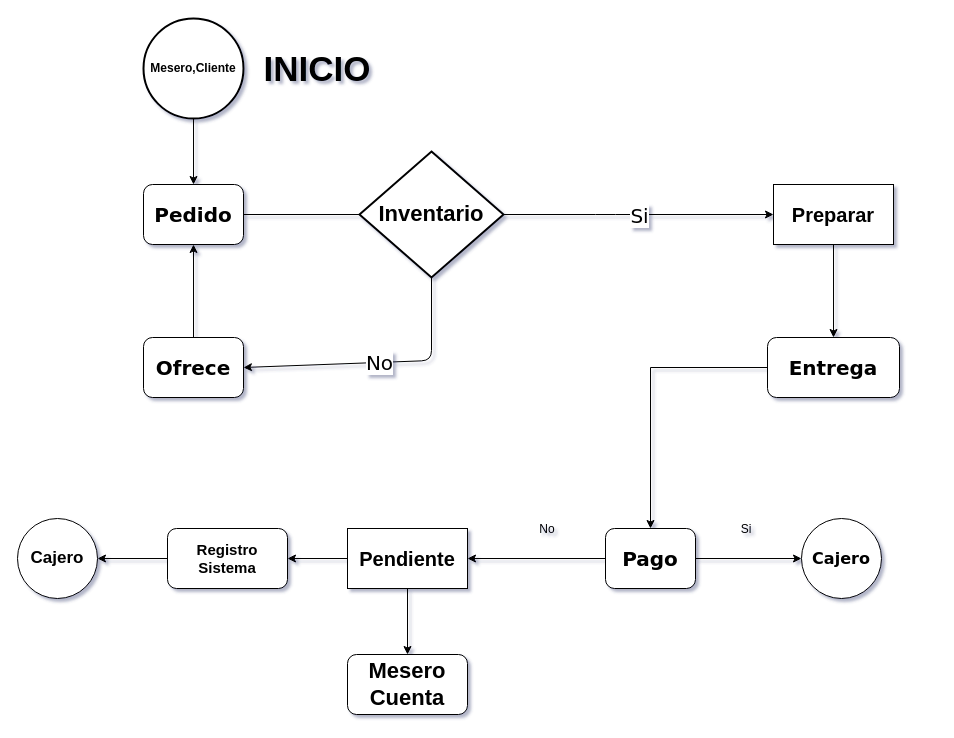
Above: page "BAR" (2 of 4) of DiagramaActividad.drawio in BROC95/JJB_sw (draw.io), before the change. Source tidied: cells renumbered, new cells numbered last; positions are measured from the earlier drawing's top-left corner, leaving out a move shared by most shapes. Both pictures are drawn from the tidied source at 100%, with x=0, y=0 at pixel (17, 18).
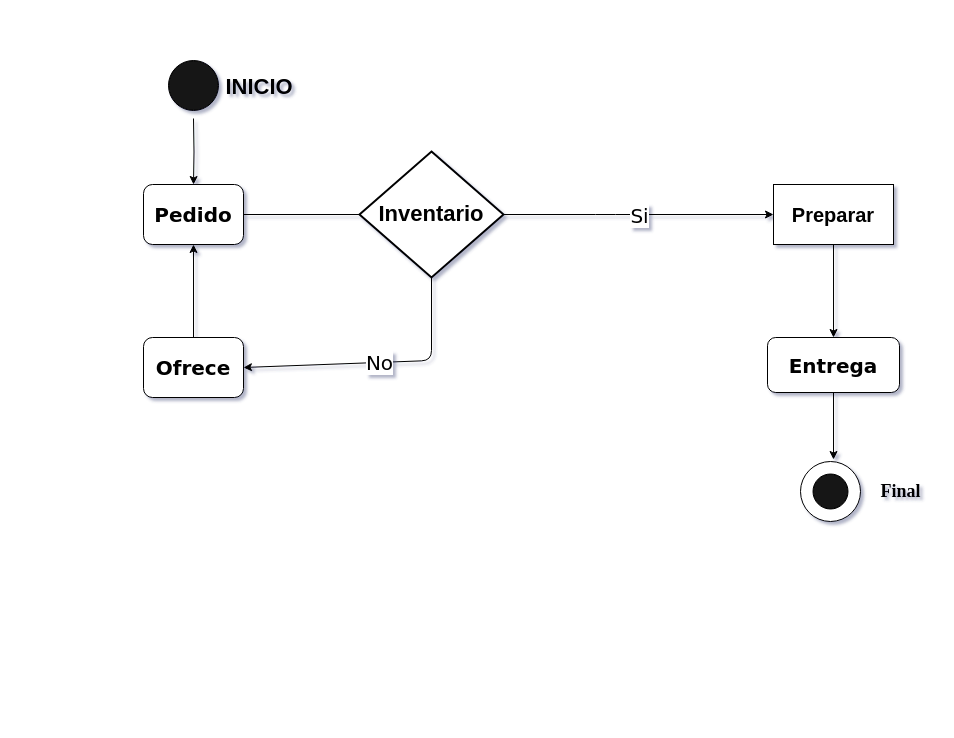
After the change.

The change refers to these unchanged cells:
```xml
<mxCell id="4" value="&lt;font style=&quot;font-size: 20px;&quot;&gt;&lt;b&gt;Pedido&lt;/b&gt;&lt;/font&gt;" style="rounded=1;whiteSpace=wrap;html=1;shadow=0;labelBackgroundColor=none;strokeWidth=1;fontFamily=Verdana;fontSize=8;align=center;" parent="1" vertex="1">
  <mxGeometry x="126" y="166" width="100" height="60" as="geometry" />
</mxCell>
```

Diff of the diagram source:
```diff
@@
-    <mxCell id="2" style="edgeStyle=orthogonalEdgeStyle;rounded=0;jettySize=auto;html=1;" parent="1" edge="1" source="3" target="4">
-      <mxGeometry relative="1" as="geometry" />
+    <mxCell id="2" style="edgeStyle=orthogonalEdgeStyle;rounded=0;jettySize=auto;html=1;" parent="1" edge="1" target="4">
+      <mxGeometry relative="1" as="geometry">
+        <mxPoint x="176" y="100" as="sourcePoint" />
+      </mxGeometry>
     </mxCell>
-    <mxCell id="3" value="&lt;b&gt;Mesero,Cliente&lt;/b&gt;" style="strokeWidth=2;html=1;shape=mxgraph.flowchart.start_2;whiteSpace=wrap;" parent="1" vertex="1">
-      <mxGeometry x="126" width="100" height="100" as="geometry" />
-    </mxCell>
@@
-    <mxCell id="5" value="INICIO" style="text;html=1;strokeColor=none;fillColor=none;align=center;verticalAlign=middle;whiteSpace=wrap;rounded=0;strokeWidth=8;fontSize=35;fontStyle=1;" parent="1" vertex="1">
-      <mxGeometry x="270" y="35" width="60" height="30" as="geometry" />
+    <mxCell id="5" value="INICIO" style="text;html=1;strokeColor=none;fillColor=none;align=center;verticalAlign=middle;whiteSpace=wrap;rounded=0;strokeWidth=8;fontSize=22;fontStyle=1;" parent="1" vertex="1">
+      <mxGeometry x="234" y="61" width="16" height="16" as="geometry" />
     </mxCell>
@@
-    <mxCell id="11" style="edgeStyle=orthogonalEdgeStyle;rounded=0;jettySize=auto;html=1;" parent="1" edge="1" source="13" target="21">
-      <mxGeometry relative="1" as="geometry" />
-    </mxCell>
-    <mxCell id="12" style="edgeStyle=orthogonalEdgeStyle;rounded=0;jettySize=auto;html=1;" parent="1" edge="1" source="13" target="24">
-      <mxGeometry relative="1" as="geometry" />
-    </mxCell>
-    <mxCell id="13" value="&lt;span style=&quot;font-size: 20px;&quot;&gt;&lt;b&gt;Pago&lt;/b&gt;&lt;/span&gt;" style="rounded=1;whiteSpace=wrap;html=1;shadow=0;labelBackgroundColor=none;strokeWidth=1;fontFamily=Verdana;fontSize=8;align=center;" parent="1" vertex="1">
-      <mxGeometry x="588" y="510" width="90" height="60" as="geometry" />
-    </mxCell>
@@
-    <mxCell id="19" style="edgeStyle=orthogonalEdgeStyle;rounded=0;jettySize=auto;html=1;" parent="1" edge="1" source="21" target="23">
-      <mxGeometry relative="1" as="geometry" />
-    </mxCell>
-    <mxCell id="20" style="edgeStyle=orthogonalEdgeStyle;rounded=0;jettySize=auto;html=1;" parent="1" edge="1" source="21" target="28">
-      <mxGeometry relative="1" as="geometry" />
-    </mxCell>
-    <mxCell id="21" value="&lt;span style=&quot;font-size: 20px;&quot;&gt;&lt;b&gt;Pendiente&lt;/b&gt;&lt;/span&gt;" style="whiteSpace=wrap;html=1;" parent="1" vertex="1">
-      <mxGeometry x="330" y="510" width="120" height="60" as="geometry" />
-    </mxCell>
-    <mxCell id="22" style="edgeStyle=orthogonalEdgeStyle;rounded=0;jettySize=auto;html=1;" parent="1" edge="1" source="23" target="25">
-      <mxGeometry relative="1" as="geometry" />
-    </mxCell>
-    <mxCell id="23" value="&lt;b&gt;&lt;font style=&quot;font-size: 15px;&quot;&gt;Registro Sistema&lt;/font&gt;&lt;/b&gt;" style="rounded=1;whiteSpace=wrap;html=1;" parent="1" vertex="1">
-      <mxGeometry x="150" y="510" width="120" height="60" as="geometry" />
-    </mxCell>
-    <mxCell id="24" value="&lt;b&gt;&lt;font style=&quot;font-size: 16px;&quot;&gt;Cajero&lt;/font&gt;&lt;/b&gt;" style="ellipse;whiteSpace=wrap;html=1;fontSize=8;fontFamily=Verdana;rounded=1;shadow=0;labelBackgroundColor=none;strokeWidth=1;" parent="1" vertex="1">
-      <mxGeometry x="784" y="500" width="80" height="80" as="geometry" />
-    </mxCell>
-    <mxCell id="25" value="&lt;b&gt;&lt;font style=&quot;font-size: 17px;&quot;&gt;Cajero&lt;/font&gt;&lt;/b&gt;" style="ellipse;whiteSpace=wrap;html=1;rounded=1;" parent="1" vertex="1">
-      <mxGeometry y="500" width="80" height="80" as="geometry" />
-    </mxCell>
-    <mxCell id="26" style="edgeStyle=orthogonalEdgeStyle;rounded=0;jettySize=auto;html=1;" parent="1" edge="1" source="27" target="13">
-      <mxGeometry relative="1" as="geometry" />
-    </mxCell>
+    <mxCell id="31" style="edgeStyle=orthogonalEdgeStyle;rounded=0;jettySize=auto;html=1;" parent="1" edge="1" source="27">
+      <mxGeometry relative="1" as="geometry">
+        <mxPoint x="816" y="441" as="targetPoint" />
+      </mxGeometry>
+    </mxCell>
     <mxCell id="27" value="&lt;span style=&quot;font-size: 20px;&quot;&gt;&lt;b&gt;Entrega&lt;/b&gt;&lt;/span&gt;" style="rounded=1;whiteSpace=wrap;html=1;shadow=0;labelBackgroundColor=none;strokeWidth=1;fontFamily=Verdana;fontSize=8;align=center;" parent="1" vertex="1">
-      <mxGeometry x="750" y="319" width="132" height="60" as="geometry" />
+      <mxGeometry x="750" y="319" width="132" height="55" as="geometry" />
     </mxCell>
-    <mxCell id="28" value="&lt;font style=&quot;font-size: 22px;&quot;&gt;&lt;b&gt;Mesero Cuenta&lt;/b&gt;&lt;/font&gt;" style="rounded=1;whiteSpace=wrap;html=1;" parent="1" vertex="1">
-      <mxGeometry x="330" y="636" width="120" height="60" as="geometry" />
-    </mxCell>
-    <mxCell id="29" value="No" style="text;html=1;strokeColor=none;fillColor=none;align=center;verticalAlign=middle;whiteSpace=wrap;rounded=0;" parent="1" vertex="1">
-      <mxGeometry x="500" y="496" width="60" height="30" as="geometry" />
-    </mxCell>
-    <mxCell id="30" value="Si" style="text;html=1;strokeColor=none;fillColor=none;align=center;verticalAlign=middle;whiteSpace=wrap;rounded=0;" parent="1" vertex="1">
-      <mxGeometry x="699" y="496" width="60" height="30" as="geometry" />
-    </mxCell>
+    <mxCell id="32" style="ellipse;whiteSpace=wrap;html=1;fillColor=#121212;" parent="1" vertex="1">
+      <mxGeometry x="151" y="42" width="50" height="50" as="geometry" />
+    </mxCell>
+    <mxCell id="33" style="ellipse;whiteSpace=wrap;html=1;" parent="1" vertex="1">
+      <mxGeometry x="783" y="443" width="60" height="60" as="geometry" />
+    </mxCell>
+    <mxCell id="34" style="ellipse;whiteSpace=wrap;html=1;fillColor=#121212;" parent="1" vertex="1">
+      <mxGeometry x="795.5" y="455.5" width="35" height="35" as="geometry" />
+    </mxCell>
+    <mxCell id="35" value="&lt;h2&gt;&lt;font face=&quot;Times New Roman&quot;&gt;Final&lt;/font&gt;&lt;/h2&gt;" style="text;html=1;align=center;verticalAlign=middle;strokeColor=none;fillColor=none;" parent="1" vertex="1">
+      <mxGeometry x="853" y="443" width="60" height="60" as="geometry" />
+    </mxCell>
```
